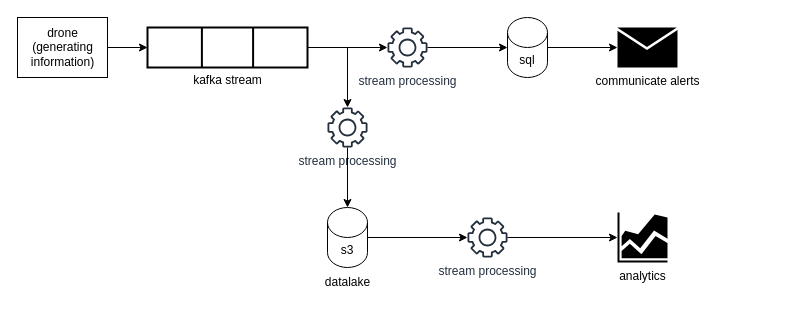
Before: schemas/schema_architecture.drawio in ClovisDyArx/intro-data-eng, a draw.io diagram. Source tidied: cells renumbered, new cells numbered last; positions are measured from the earlier drawing's top-left corner, leaving out a move shared by most shapes. Both pictures are drawn from the tidied source at 100%, with x=0, y=0 at pixel (17, -33).
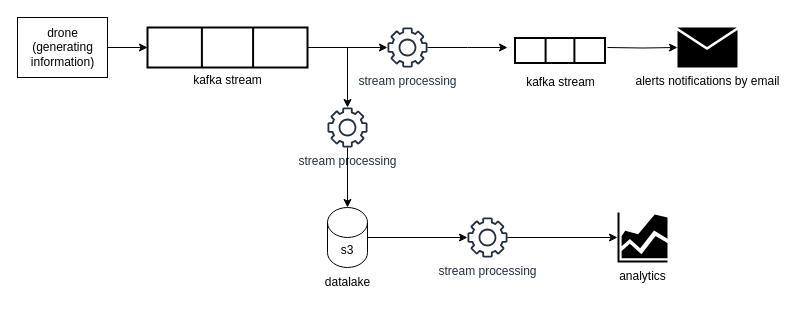
The same page after the edit.

Commit message (it also covers changes not shown here):
feat: localDate to LocalDateTime and modification of the schema

Unchanged cells that the change refers to:
```xml
<mxCell id="8" value="stream processing" style="sketch=0;outlineConnect=0;fontColor=#232F3E;gradientColor=none;fillColor=#232F3D;strokeColor=none;dashed=0;verticalLabelPosition=bottom;verticalAlign=top;align=center;html=1;fontSize=12;fontStyle=0;shape=mxgraph.aws4.gear;" parent="1" vertex="1">
  <mxGeometry x="370" y="60" width="40" height="40" as="geometry" />
</mxCell>
```

Change to the diagram source:
```diff
@@
-    <mxCell id="9" style="edgeStyle=orthogonalEdgeStyle;rounded=0;jettySize=auto;html=1;" parent="1" edge="1" source="10" target="12">
-      <mxGeometry relative="1" as="geometry" />
+    <mxCell id="9" style="edgeStyle=orthogonalEdgeStyle;rounded=0;jettySize=auto;html=1;" parent="1" edge="1" target="12">
+      <mxGeometry relative="1" as="geometry">
+        <mxPoint x="590" y="80" as="sourcePoint" />
+      </mxGeometry>
     </mxCell>
-    <mxCell id="10" value="sql" style="shape=cylinder3;whiteSpace=wrap;html=1;boundedLbl=1;backgroundOutline=1;size=15;" parent="1" vertex="1">
-      <mxGeometry x="490" y="50" width="40" height="60" as="geometry" />
-    </mxCell>
-    <mxCell id="11" style="edgeStyle=orthogonalEdgeStyle;rounded=0;jettySize=auto;html=1;entryX=0;entryY=0.5;entryDx=0;entryDy=0;entryPerimeter=0;" parent="1" edge="1" source="8" target="10">
-      <mxGeometry relative="1" as="geometry" />
+    <mxCell id="11" style="edgeStyle=orthogonalEdgeStyle;rounded=0;jettySize=auto;html=1;entryX=0;entryY=0.5;entryDx=0;entryDy=0;entryPerimeter=0;" parent="1" edge="1" source="8">
+      <mxGeometry relative="1" as="geometry">
+        <mxPoint x="490" y="80" as="targetPoint" />
+      </mxGeometry>
     </mxCell>
-    <mxCell id="12" value="communicate alerts" style="sketch=0;shadow=0;dashed=0;html=1;strokeColor=none;fillColor=#000000;labelPosition=center;verticalLabelPosition=bottom;verticalAlign=top;align=center;outlineConnect=0;shape=mxgraph.veeam2.letter;" parent="1" vertex="1">
-      <mxGeometry x="600" y="60" width="60" height="40" as="geometry" />
+    <mxCell id="12" value="alerts notifications by email" style="sketch=0;shadow=0;dashed=0;strokeColor=none;fillColor=#000000;labelPosition=center;verticalLabelPosition=bottom;verticalAlign=top;align=center;outlineConnect=0;shape=mxgraph.veeam2.letter;html=1;" parent="1" vertex="1">
+      <mxGeometry x="660" y="60" width="60" height="40" as="geometry" />
     </mxCell>
@@
+    <mxCell id="21" style="strokeWidth=2;html=1;shape=mxgraph.lean_mapping.buffer_or_safety_stock;rotation=-90;" parent="1" vertex="1">
+      <mxGeometry x="530" y="38" width="25" height="90" as="geometry" />
+    </mxCell>
+    <mxCell id="22" value="kafka stream" style="text;html=1;align=center;verticalAlign=middle;strokeColor=none;fillColor=none;" parent="1" vertex="1">
+      <mxGeometry x="497.5" y="100" width="90" height="30" as="geometry" />
+    </mxCell>
```
